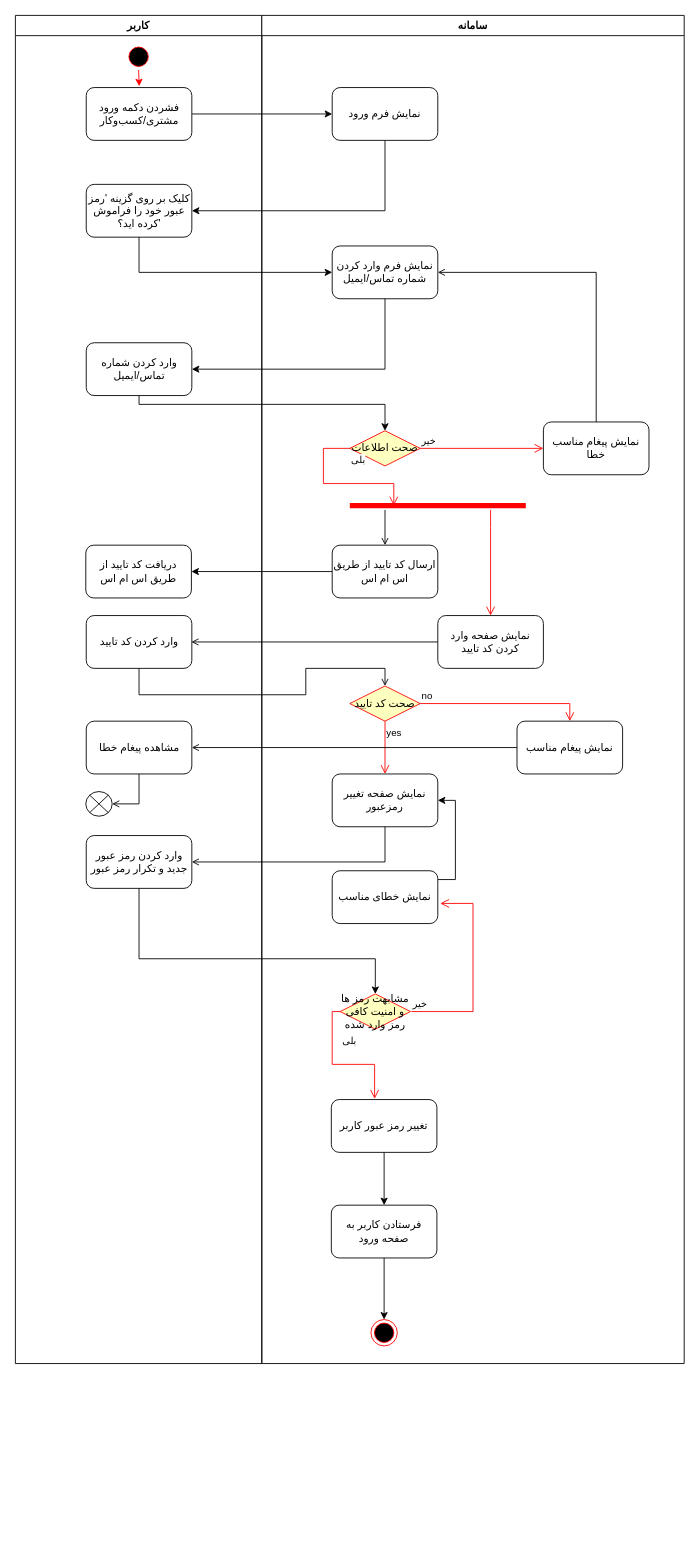
This is page "فراموشی رمز عبور" (2 of 5) of NavidNasiri_ActivityDiagram.drawio from 4Tech-IUT/Activity-Diagrams, a draw.io file, before an edit. Source tidied: cells renumbered, new cells numbered last; positions are measured from the earlier drawing's top-left corner, leaving out a move shared by most shapes. Both pictures are drawn from the tidied source at 88%, with x=0, y=0 at pixel (15, 15).
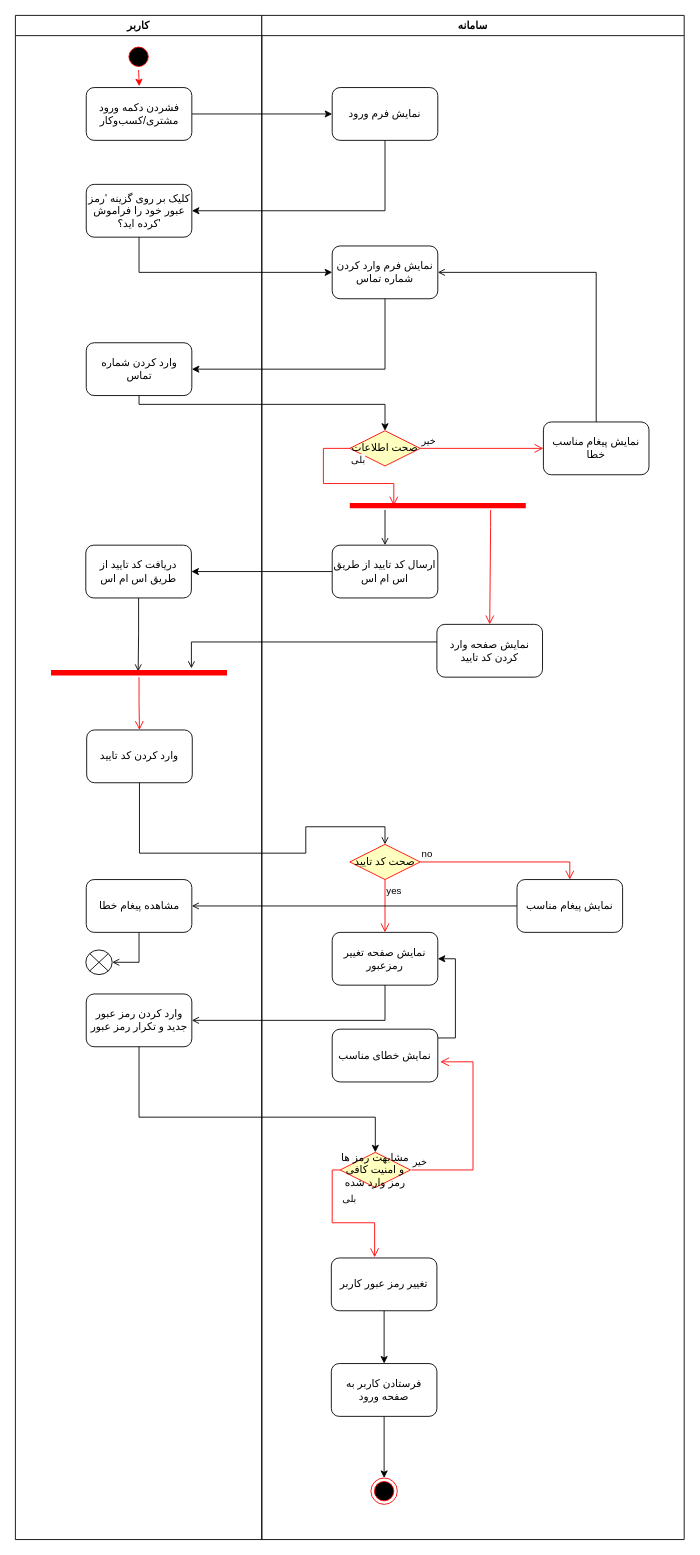
The same diagram, later.

The change refers to these unchanged cells:
```xml
<mxCell id="8" value="دریافت کد تایید از طریق اس ام اس" style="rounded=1;whiteSpace=wrap;html=1;" parent="2" vertex="1">
  <mxGeometry x="80" y="602" width="120" height="60" as="geometry" />
</mxCell>
```

Change to the diagram source:
```diff
@@
     <mxCell id="2" value="کاربر" style="swimlane;whiteSpace=wrap;" parent="1" vertex="1">
-      <mxGeometry width="280" height="1532" as="geometry" />
+      <mxGeometry width="280" height="1732" as="geometry" />
     </mxCell>
@@
-    <mxCell id="7" value="وارد کردن شماره تماس/ایمیل" style="rounded=1;whiteSpace=wrap;html=1;" parent="2" vertex="1">
+    <mxCell id="7" value="وارد کردن شماره تماس" style="rounded=1;whiteSpace=wrap;html=1;" parent="2" vertex="1">
       <mxGeometry x="80.5" y="372" width="120" height="60" as="geometry" />
     </mxCell>
+    <mxCell id="53" style="edgeStyle=orthogonalEdgeStyle;rounded=0;jettySize=auto;html=1;entryX=0.495;entryY=0.353;entryDx=0;entryDy=0;entryPerimeter=0;endArrow=open;endFill=0;" parent="2" edge="1" source="8" target="54">
+      <mxGeometry relative="1" as="geometry" />
+    </mxCell>
@@
     <mxCell id="9" value="وارد کردن رمز عبور جدید و تکرار رمز عبور" style="rounded=1;whiteSpace=wrap;html=1;" parent="2" vertex="1">
-      <mxGeometry x="80.5" y="932" width="120" height="60" as="geometry" />
+      <mxGeometry x="80.5" y="1112" width="120" height="60" as="geometry" />
     </mxCell>
     <mxCell id="10" value="وارد کردن کد تایید" style="rounded=1;whiteSpace=wrap;html=1;" parent="2" vertex="1">
-      <mxGeometry x="80.5" y="682" width="120" height="60" as="geometry" />
+      <mxGeometry x="81" y="812" width="120" height="60" as="geometry" />
     </mxCell>
@@
     <mxCell id="12" value="مشاهده پیغام خطا" style="rounded=1;whiteSpace=wrap;html=1;" parent="2" vertex="1">
-      <mxGeometry x="80.5" y="802" width="120" height="60" as="geometry" />
+      <mxGeometry x="80.5" y="982" width="120" height="60" as="geometry" />
     </mxCell>
     <mxCell id="13" style="shape=sumEllipse;perimeter=ellipsePerimeter;whiteSpace=wrap;html=1;backgroundOutline=1;" parent="2" vertex="1">
-      <mxGeometry x="80" y="882" width="30" height="28" as="geometry" />
+      <mxGeometry x="80" y="1062" width="30" height="28" as="geometry" />
     </mxCell>
+    <mxCell id="54" style="shape=line;html=1;strokeWidth=6;strokeColor=#ff0000;" parent="2" vertex="1">
+      <mxGeometry x="40.5" y="742" width="200" height="10" as="geometry" />
+    </mxCell>
+    <mxCell id="55" style="edgeStyle=orthogonalEdgeStyle;html=1;verticalAlign=bottom;endArrow=open;endSize=8;strokeColor=#ff0000;rounded=0;" parent="2" edge="1" source="54" target="10">
+      <mxGeometry relative="1" as="geometry" />
+    </mxCell>
     <mxCell id="14" value="سامانه" style="swimlane;whiteSpace=wrap;" parent="1" vertex="1">
-      <mxGeometry x="280" width="480" height="1532" as="geometry" />
+      <mxGeometry x="280" width="480" height="1732" as="geometry" />
     </mxCell>
@@
-    <mxCell id="16" value="نمایش فرم وارد کردن شماره تماس/ایمیل" style="rounded=1;whiteSpace=wrap;html=1;" parent="14" vertex="1">
+    <mxCell id="16" value="نمایش فرم وارد کردن شماره تماس" style="rounded=1;whiteSpace=wrap;html=1;" parent="14" vertex="1">
       <mxGeometry x="80" y="262" width="120" height="60" as="geometry" />
     </mxCell>
@@
     <mxCell id="21" value="خیر" style="edgeStyle=orthogonalEdgeStyle;html=1;align=left;verticalAlign=bottom;endArrow=open;endSize=8;strokeColor=#ff0000;rounded=0;entryX=1.023;entryY=0.619;entryDx=0;entryDy=0;entryPerimeter=0;" parent="14" edge="1" target="31">
       <mxGeometry x="-1" relative="1" as="geometry">
-        <mxPoint x="170" y="1132" as="sourcePoint" />
+        <mxPoint x="170" y="1312" as="sourcePoint" />
         <Array as="points">
-          <mxPoint x="240" y="1132" />
-          <mxPoint x="240" y="1009" />
+          <mxPoint x="240" y="1312" />
+          <mxPoint x="240" y="1189" />
         </Array>
       </mxGeometry>
     </mxCell>
     <mxCell id="22" value="نمایش صفحه تغییر رمزعبور" style="rounded=1;whiteSpace=wrap;html=1;" parent="14" vertex="1">
-      <mxGeometry x="80" y="862" width="120" height="60" as="geometry" />
+      <mxGeometry x="80" y="1042" width="120" height="60" as="geometry" />
     </mxCell>
     <mxCell id="23" value="مشابهت رمز ها و امنیت کافی رمز وارد شده" style="rhombus;whiteSpace=wrap;html=1;fillColor=#ffffc0;strokeColor=#ff0000;" parent="14" vertex="1">
-      <mxGeometry x="89" y="1112" width="80" height="40" as="geometry" />
+      <mxGeometry x="89" y="1292" width="80" height="40" as="geometry" />
     </mxCell>
     <mxCell id="24" value="تغییر رمز عبور کاربر" style="rounded=1;whiteSpace=wrap;html=1;" parent="14" vertex="1">
-      <mxGeometry x="79" y="1232" width="120" height="60" as="geometry" />
+      <mxGeometry x="79" y="1412" width="120" height="60" as="geometry" />
     </mxCell>
     <mxCell id="25" value="بلی" style="edgeStyle=orthogonalEdgeStyle;html=1;align=left;verticalAlign=top;endArrow=open;endSize=8;strokeColor=#ff0000;rounded=0;entryX=0.41;entryY=-0.013;entryDx=0;entryDy=0;entryPerimeter=0;" parent="14" edge="1" source="23" target="24">
       <mxGeometry x="-0.63" y="10" relative="1" as="geometry">
         <Array as="points">
-          <mxPoint x="80" y="1132" />
-          <mxPoint x="80" y="1192" />
-          <mxPoint x="128" y="1192" />
+          <mxPoint x="80" y="1312" />
+          <mxPoint x="80" y="1372" />
+          <mxPoint x="128" y="1372" />
         </Array>
       </mxGeometry>
     </mxCell>
     <mxCell id="26" value="فرستادن کاربر به صفحه ورود" style="rounded=1;whiteSpace=wrap;html=1;" parent="14" vertex="1">
-      <mxGeometry x="79" y="1352" width="120" height="60" as="geometry" />
+      <mxGeometry x="79" y="1532" width="120" height="60" as="geometry" />
     </mxCell>
     <mxCell id="27" style="ellipse;shape=endState;fillColor=#000000;strokeColor=#ff0000;" parent="14" vertex="1">
-      <mxGeometry x="124" y="1482" width="30" height="30" as="geometry" />
+      <mxGeometry x="124" y="1662" width="30" height="30" as="geometry" />
     </mxCell>
@@
     <mxCell id="30" style="edgeStyle=orthogonalEdgeStyle;rounded=0;jettySize=auto;html=1;entryX=1;entryY=0.5;entryDx=0;entryDy=0;" parent="14" edge="1" source="31" target="22">
       <mxGeometry relative="1" as="geometry">
         <Array as="points">
-          <mxPoint x="220" y="982" />
-          <mxPoint x="220" y="892" />
+          <mxPoint x="220" y="1162" />
+          <mxPoint x="220" y="1072" />
         </Array>
       </mxGeometry>
     </mxCell>
     <mxCell id="31" value="نمایش خطای مناسب" style="rounded=1;whiteSpace=wrap;html=1;" parent="14" vertex="1">
-      <mxGeometry x="80" y="972" width="120" height="60" as="geometry" />
+      <mxGeometry x="80" y="1152" width="120" height="60" as="geometry" />
     </mxCell>
@@
     <mxCell id="35" value="نمایش صفحه وارد کردن کد تایید" style="rounded=1;whiteSpace=wrap;html=1;" parent="14" vertex="1">
-      <mxGeometry x="200" y="682" width="120" height="60" as="geometry" />
+      <mxGeometry x="199" y="692" width="120" height="60" as="geometry" />
     </mxCell>
     <mxCell id="36" value="صحت کد تایید" style="rhombus;whiteSpace=wrap;html=1;fillColor=#ffffc0;strokeColor=#ff0000;" parent="14" vertex="1">
-      <mxGeometry x="100" y="762" width="80" height="40" as="geometry" />
+      <mxGeometry x="100" y="942" width="80" height="40" as="geometry" />
     </mxCell>
     <mxCell id="37" value="no" style="edgeStyle=orthogonalEdgeStyle;html=1;align=left;verticalAlign=bottom;endArrow=open;endSize=8;strokeColor=#ff0000;rounded=0;entryX=0.5;entryY=0;entryDx=0;entryDy=0;" parent="14" edge="1" source="36" target="39">
       <mxGeometry x="-1" relative="1" as="geometry">
         <Array as="points">
-          <mxPoint x="350" y="782" />
+          <mxPoint x="350" y="962" />
         </Array>
       </mxGeometry>
     </mxCell>
@@
     <mxCell id="39" value="نمایش پیغام مناسب" style="rounded=1;whiteSpace=wrap;html=1;" parent="14" vertex="1">
-      <mxGeometry x="290" y="802" width="120" height="60" as="geometry" />
+      <mxGeometry x="290" y="982" width="120" height="60" as="geometry" />
     </mxCell>
@@
     <mxCell id="48" style="edgeStyle=orthogonalEdgeStyle;rounded=0;jettySize=auto;html=1;" parent="1" edge="1" target="23">
       <mxGeometry relative="1" as="geometry">
-        <mxPoint x="140.5" y="992" as="sourcePoint" />
+        <mxPoint x="140.5" y="1172" as="sourcePoint" />
         <Array as="points">
-          <mxPoint x="141" y="1072" />
-          <mxPoint x="409" y="1072" />
+          <mxPoint x="141" y="1252" />
+          <mxPoint x="409" y="1252" />
         </Array>
       </mxGeometry>
     </mxCell>
-    <mxCell id="49" style="edgeStyle=orthogonalEdgeStyle;rounded=0;jettySize=auto;html=1;endArrow=open;endFill=0;" parent="1" edge="1" source="35">
-      <mxGeometry relative="1" as="geometry">
-        <mxPoint x="200" y="712" as="targetPoint" />
-      </mxGeometry>
-    </mxCell>
-    <mxCell id="50" style="edgeStyle=orthogonalEdgeStyle;rounded=0;jettySize=auto;html=1;entryX=0.5;entryY=0;entryDx=0;entryDy=0;endArrow=open;endFill=0;" parent="1" edge="1" source="10" target="36">
+    <mxCell id="50" style="edgeStyle=orthogonalEdgeStyle;rounded=0;jettySize=auto;html=1;entryX=0.5;entryY=0;entryDx=0;entryDy=0;endArrow=open;endFill=0;exitX=0.5;exitY=1;exitDx=0;exitDy=0;" parent="1" edge="1" source="10" target="36">
       <mxGeometry y="30" relative="1" as="geometry">
         <Array as="points">
-          <mxPoint x="141" y="772" />
-          <mxPoint x="330" y="772" />
-          <mxPoint x="330" y="742" />
-          <mxPoint x="420" y="742" />
+          <mxPoint x="141" y="952" />
+          <mxPoint x="330" y="952" />
+          <mxPoint x="330" y="922" />
+          <mxPoint x="420" y="922" />
         </Array>
       </mxGeometry>
     </mxCell>
     <mxCell id="51" style="edgeStyle=orthogonalEdgeStyle;rounded=0;jettySize=auto;html=1;entryX=1;entryY=0.5;entryDx=0;entryDy=0;endArrow=open;endFill=0;" parent="1" edge="1" source="22" target="9">
       <mxGeometry relative="1" as="geometry">
         <Array as="points">
-          <mxPoint x="420" y="962" />
+          <mxPoint x="420" y="1142" />
         </Array>
       </mxGeometry>
     </mxCell>
@@
+    <mxCell id="56" style="edgeStyle=orthogonalEdgeStyle;rounded=0;jettySize=auto;html=1;endArrow=open;endFill=0;" parent="1" edge="1" source="35" target="54">
+      <mxGeometry relative="1" as="geometry">
+        <Array as="points">
+          <mxPoint x="200" y="712" />
+        </Array>
+      </mxGeometry>
+    </mxCell>
```
